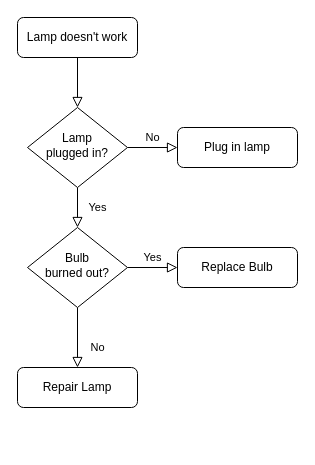
Before: 未命名绘图.drawio in jiangzhanghong/studygit, a draw.io diagram. Source tidied: cells renumbered, new cells numbered last; positions are measured from the earlier drawing's top-left corner, leaving out a move shared by most shapes. Both pictures are drawn from the tidied source at 100%, with x=0, y=0 at pixel (17, 17).
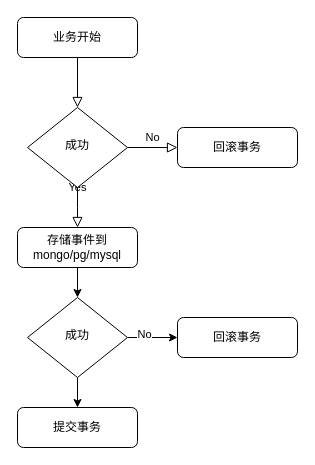
After the change.

Commit message:
事件流程图.drawio

The edit, as a diff of the source:
```diff
@@
 <mxGraphModel>
   <root>
     <mxCell id="0" />
     <mxCell id="1" parent="0" />
     <mxCell id="2" style="rounded=0;html=1;jettySize=auto;fontSize=11;endArrow=block;endFill=0;endSize=8;strokeWidth=1;shadow=0;labelBackgroundColor=none;edgeStyle=orthogonalEdgeStyle;" parent="1" edge="1" source="3" target="6">
       <mxGeometry relative="1" as="geometry" />
     </mxCell>
-    <mxCell id="3" value="Lamp doesn't work" style="rounded=1;whiteSpace=wrap;html=1;fontSize=12;glass=0;strokeWidth=1;shadow=0;" parent="1" vertex="1">
+    <mxCell id="3" value="业务开始" style="rounded=1;whiteSpace=wrap;html=1;fontSize=12;glass=0;strokeWidth=1;shadow=0;" parent="1" vertex="1">
       <mxGeometry width="120" height="40" as="geometry" />
     </mxCell>
-    <mxCell id="4" value="Yes" style="rounded=0;html=1;jettySize=auto;fontSize=11;endArrow=block;endFill=0;endSize=8;strokeWidth=1;shadow=0;labelBackgroundColor=none;edgeStyle=orthogonalEdgeStyle;" parent="1" edge="1" source="6" target="10">
-      <mxGeometry y="20" relative="1" as="geometry" />
+    <mxCell id="4" value="Yes" style="rounded=0;html=1;jettySize=auto;fontSize=11;endArrow=block;endFill=0;endSize=8;strokeWidth=1;shadow=0;labelBackgroundColor=none;edgeStyle=orthogonalEdgeStyle;" parent="1" edge="1" source="6">
+      <mxGeometry y="20" relative="1" as="geometry">
+        <mxPoint x="60" y="210" as="targetPoint" />
+      </mxGeometry>
     </mxCell>
     <mxCell id="5" value="No" style="edgeStyle=orthogonalEdgeStyle;rounded=0;html=1;jettySize=auto;fontSize=11;endArrow=block;endFill=0;endSize=8;strokeWidth=1;shadow=0;labelBackgroundColor=none;" parent="1" edge="1" source="6" target="7">
       <mxGeometry y="10" relative="1" as="geometry" />
     </mxCell>
-    <mxCell id="6" value="Lamp&lt;br&gt;plugged in?" style="rhombus;whiteSpace=wrap;html=1;shadow=0;fontFamily=Helvetica;fontSize=12;align=center;strokeWidth=1;spacing=6;spacingTop=-4;" parent="1" vertex="1">
+    <mxCell id="6" value="成功" style="rhombus;whiteSpace=wrap;html=1;shadow=0;fontFamily=Helvetica;fontSize=12;align=center;strokeWidth=1;spacing=6;spacingTop=-4;" parent="1" vertex="1">
       <mxGeometry x="10" y="90" width="100" height="80" as="geometry" />
     </mxCell>
-    <mxCell id="7" value="Plug in lamp" style="rounded=1;whiteSpace=wrap;html=1;fontSize=12;glass=0;strokeWidth=1;shadow=0;" parent="1" vertex="1">
+    <mxCell id="7" value="回滚事务" style="rounded=1;whiteSpace=wrap;html=1;fontSize=12;glass=0;strokeWidth=1;shadow=0;" parent="1" vertex="1">
       <mxGeometry x="160" y="110" width="120" height="40" as="geometry" />
     </mxCell>
+    <mxCell id="13" style="edgeStyle=orthogonalEdgeStyle;rounded=0;jettySize=auto;html=1;" parent="1" edge="1" source="14" target="17">
+      <mxGeometry relative="1" as="geometry" />
+    </mxCell>
+    <mxCell id="14" value="存储事件到mongo/pg/mysql" style="rounded=1;whiteSpace=wrap;html=1;fontSize=12;glass=0;strokeWidth=1;shadow=0;" parent="1" vertex="1">
+      <mxGeometry y="210" width="120" height="40" as="geometry" />
+    </mxCell>
+    <mxCell id="15" style="edgeStyle=orthogonalEdgeStyle;rounded=0;jettySize=auto;html=1;" parent="1" edge="1" source="17" target="18">
+      <mxGeometry relative="1" as="geometry" />
+    </mxCell>
-    <mxCell id="8" value="No" style="rounded=0;html=1;jettySize=auto;fontSize=11;endArrow=block;endFill=0;endSize=8;strokeWidth=1;shadow=0;labelBackgroundColor=none;edgeStyle=orthogonalEdgeStyle;" parent="1" edge="1" source="10" target="11">
-      <mxGeometry x="0.33" y="20" relative="1" as="geometry" />
+    <mxCell id="8" value="No" style="edgeLabel;html=1;align=center;verticalAlign=middle;" parent="15" vertex="1">
+      <mxGeometry x="-0.36" y="4" relative="1" as="geometry" />
     </mxCell>
-    <mxCell id="9" value="Yes" style="edgeStyle=orthogonalEdgeStyle;rounded=0;html=1;jettySize=auto;fontSize=11;endArrow=block;endFill=0;endSize=8;strokeWidth=1;shadow=0;labelBackgroundColor=none;" parent="1" edge="1" source="10" target="12">
-      <mxGeometry y="10" relative="1" as="geometry" />
-    </mxCell>
-    <mxCell id="10" value="Bulb&lt;br&gt;burned out?" style="rhombus;whiteSpace=wrap;html=1;shadow=0;fontFamily=Helvetica;fontSize=12;align=center;strokeWidth=1;spacing=6;spacingTop=-4;" parent="1" vertex="1">
-      <mxGeometry x="10" y="210" width="100" height="80" as="geometry" />
-    </mxCell>
-    <mxCell id="11" value="Repair Lamp" style="rounded=1;whiteSpace=wrap;html=1;fontSize=12;glass=0;strokeWidth=1;shadow=0;" parent="1" vertex="1">
-      <mxGeometry y="350" width="120" height="40" as="geometry" />
-    </mxCell>
-    <mxCell id="12" value="Replace Bulb" style="rounded=1;whiteSpace=wrap;html=1;fontSize=12;glass=0;strokeWidth=1;shadow=0;" parent="1" vertex="1">
-      <mxGeometry x="160" y="230" width="120" height="40" as="geometry" />
-    </mxCell>
+    <mxCell id="16" style="edgeStyle=orthogonalEdgeStyle;rounded=0;jettySize=auto;html=1;" parent="1" edge="1" source="17" target="19">
+      <mxGeometry relative="1" as="geometry" />
+    </mxCell>
+    <mxCell id="17" value="成功" style="rhombus;whiteSpace=wrap;html=1;shadow=0;fontFamily=Helvetica;fontSize=12;align=center;strokeWidth=1;spacing=6;spacingTop=-4;" parent="1" vertex="1">
+      <mxGeometry x="10" y="280" width="100" height="80" as="geometry" />
+    </mxCell>
+    <mxCell id="18" value="回滚事务" style="rounded=1;whiteSpace=wrap;html=1;fontSize=12;glass=0;strokeWidth=1;shadow=0;" parent="1" vertex="1">
+      <mxGeometry x="160" y="300" width="120" height="40" as="geometry" />
+    </mxCell>
+    <mxCell id="19" value="提交事务" style="rounded=1;whiteSpace=wrap;html=1;fontSize=12;glass=0;strokeWidth=1;shadow=0;" parent="1" vertex="1">
+      <mxGeometry y="390" width="120" height="40" as="geometry" />
+    </mxCell>
   </root>
 </mxGraphModel>
```
